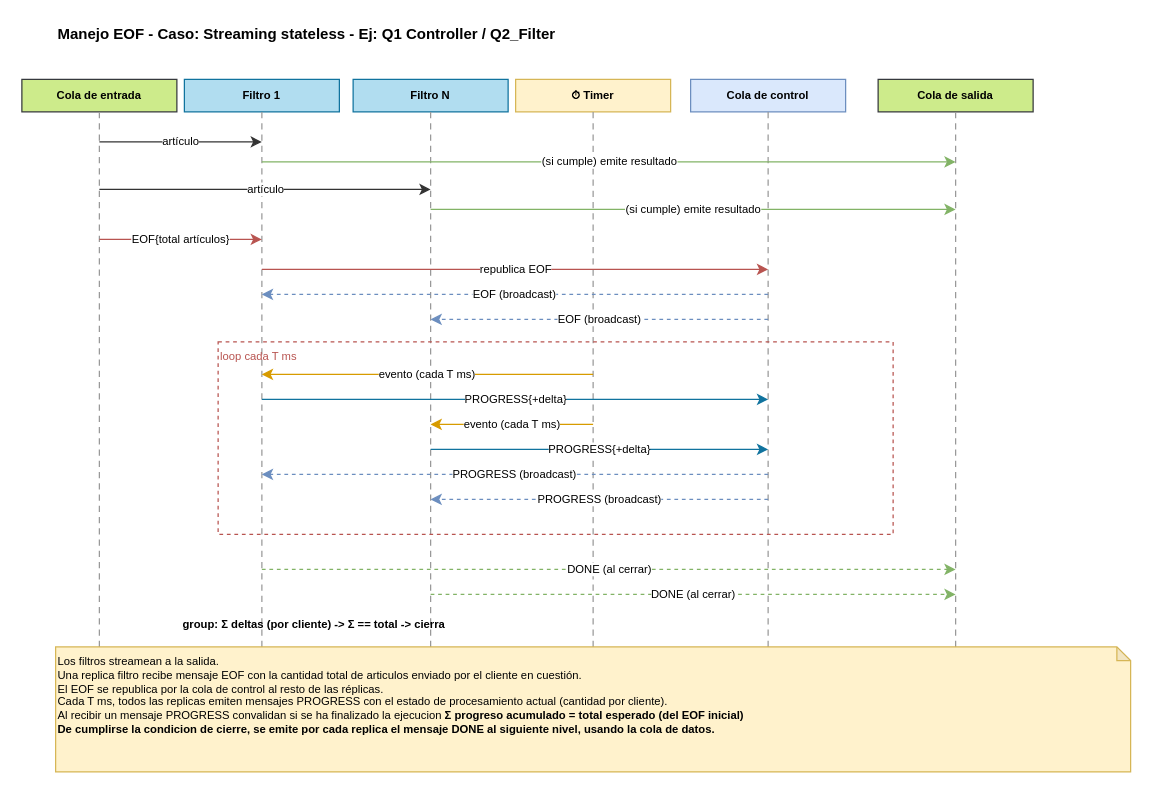
Before: docs/Manejo EOF.drawio in gjosen9999s/tp-final-distribuidos-grupo31, a draw.io diagram. Source tidied: cells renumbered, new cells numbered last; positions are measured from the earlier drawing's top-left corner, leaving out a move shared by most shapes. Both pictures are drawn from the tidied source at 125%, with x=0, y=0 at pixel (21, 21).
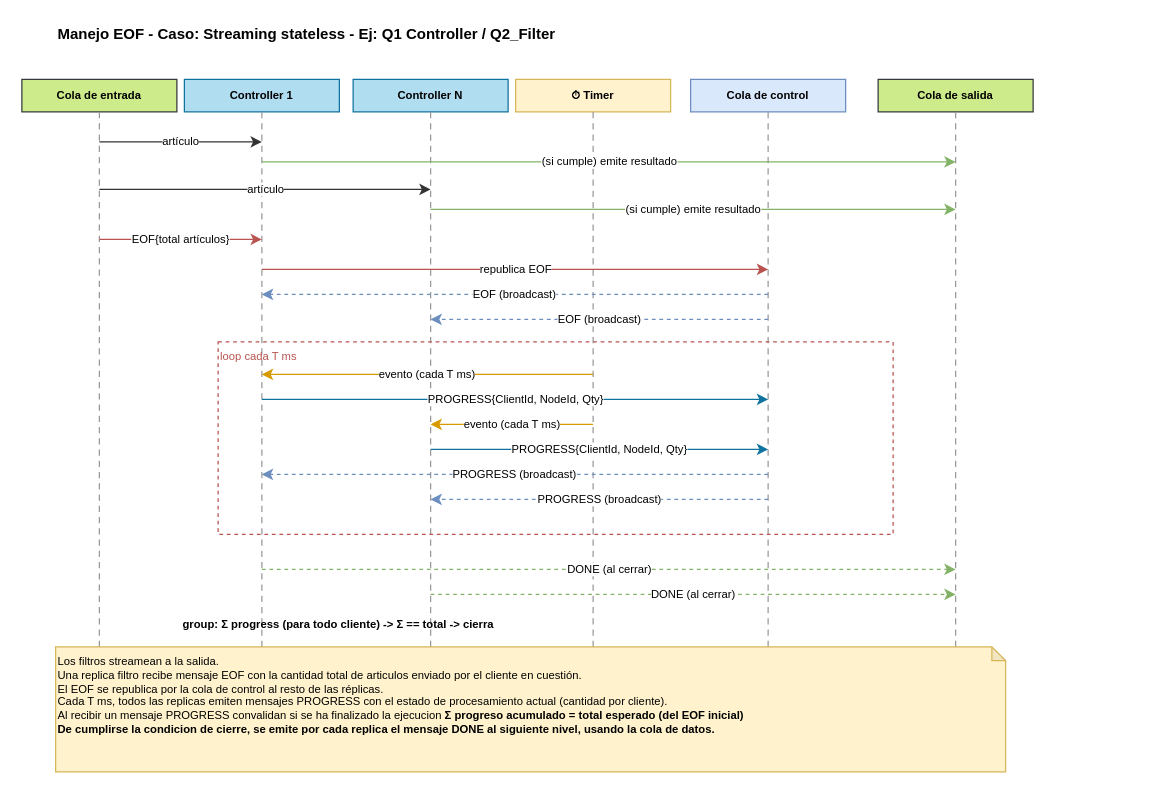
After the change.

Diff of the diagram source:
```diff
@@
-    <mxCell id="5" value="Filtro 1" style="rounded=0;whiteSpace=wrap;html=1;fillColor=#b1ddf0;strokeColor=#10739e;fontSize=9;fontStyle=1;" parent="1" vertex="1">
+    <mxCell id="5" value="Controller 1" style="rounded=0;whiteSpace=wrap;html=1;fillColor=#b1ddf0;strokeColor=#10739e;fontSize=9;fontStyle=1;" parent="1" vertex="1">
       <mxGeometry x="130" y="46" width="124" height="26" as="geometry" />
     </mxCell>
@@
-    <mxCell id="7" value="Filtro N" style="rounded=0;whiteSpace=wrap;html=1;fillColor=#b1ddf0;strokeColor=#10739e;fontSize=9;fontStyle=1;" parent="1" vertex="1">
+    <mxCell id="7" value="Controller N" style="rounded=0;whiteSpace=wrap;html=1;fillColor=#b1ddf0;strokeColor=#10739e;fontSize=9;fontStyle=1;" parent="1" vertex="1">
       <mxGeometry x="265" y="46" width="124" height="26" as="geometry" />
     </mxCell>
@@
-    <mxCell id="25" value="PROGRESS{+delta}" style="endArrow=classic;html=1;rounded=0;fontSize=9;strokeColor=#10739e;" parent="1" edge="1">
+    <mxCell id="25" value="PROGRESS{ClientId, NodeId, Qty}" style="endArrow=classic;html=1;rounded=0;fontSize=9;strokeColor=#10739e;" parent="1" edge="1">
       <mxGeometry relative="1" as="geometry">
         <mxPoint x="192" y="302" as="sourcePoint" />
         <mxPoint x="597" y="302" as="targetPoint" />
       </mxGeometry>
     </mxCell>
@@
-    <mxCell id="27" value="PROGRESS{+delta}" style="endArrow=classic;html=1;rounded=0;fontSize=9;strokeColor=#10739e;" parent="1" edge="1">
+    <mxCell id="27" value="PROGRESS{ClientId, NodeId, Qty}" style="endArrow=classic;html=1;rounded=0;fontSize=9;strokeColor=#10739e;" parent="1" edge="1">
       <mxGeometry relative="1" as="geometry">
         <mxPoint x="327" y="342" as="sourcePoint" />
         <mxPoint x="597" y="342" as="targetPoint" />
       </mxGeometry>
     </mxCell>
@@
-    <mxCell id="32" value="group: Σ deltas (por cliente) -&gt; Σ == total -&gt; cierra" style="text;html=1;align=left;fontSize=9;fontStyle=1;" parent="1" vertex="1">
+    <mxCell id="32" value="group: Σ progress (para todo cliente) -&amp;gt; Σ == total -&amp;gt; cierra" style="text;html=1;align=left;fontSize=9;fontStyle=1;" parent="1" vertex="1">
       <mxGeometry x="127" y="470" width="660" height="16" as="geometry" />
     </mxCell>
     <mxCell id="33" value="Los filtros streamean a la salida.&amp;nbsp;&amp;nbsp;&lt;div&gt;Una replica filtro recibe mensaje EOF con la cantidad total de articulos enviado por el cliente en cuestión.&amp;nbsp;&amp;nbsp;&lt;/div&gt;&lt;div&gt;El EOF se republica por la cola de control al resto de las réplicas.&lt;br&gt;&lt;div&gt;Cada T ms, todos las replicas emiten mensajes PROGRESS con el estado de procesamiento actual (cantidad por cliente).&amp;nbsp;&lt;/div&gt;&lt;div&gt;Al recibir un mensaje PROGRESS convalidan si se ha finalizado la ejecucion&amp;nbsp;&lt;span style=&quot;font-weight: 700; white-space: nowrap; background-color: transparent; color: light-dark(rgb(0, 0, 0), rgb(255, 255, 255));&quot;&gt;Σ progreso acumulado = total esperado (del EOF inicial)&lt;/span&gt;&lt;/div&gt;&lt;/div&gt;&lt;div&gt;&lt;span style=&quot;text-wrap-mode: nowrap;&quot;&gt;&lt;b&gt;De cumplirse la condicion de cierre, se emite por cada replica el mensaje DONE al siguiente nivel, usando la cola de datos.&lt;/b&gt;&lt;/span&gt;&lt;/div&gt;" style="shape=note;whiteSpace=wrap;html=1;backgroundOutline=1;darkOpacity=0.05;size=11;align=left;verticalAlign=top;fontSize=9;fillColor=#fff2cc;strokeColor=#d6b656;" parent="1" vertex="1">
-      <mxGeometry x="27" y="500" width="860" height="100" as="geometry" />
+      <mxGeometry x="27" y="500" width="760" height="100" as="geometry" />
     </mxCell>
```
